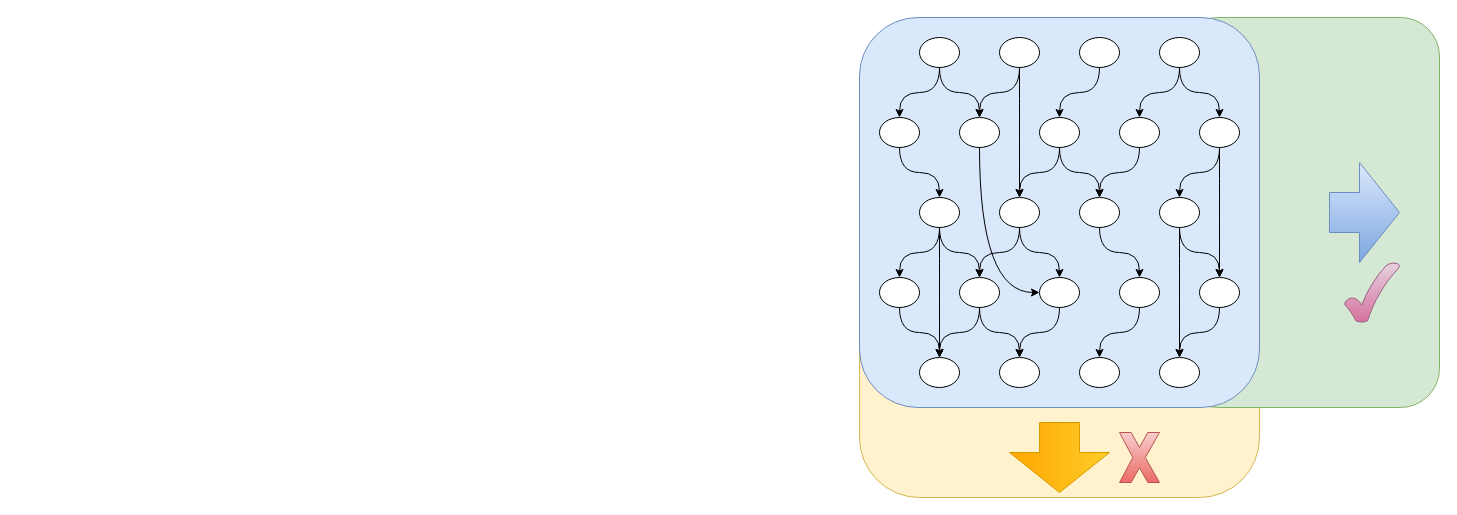
Earlier version of the draw.io diagram page "第 1 页" (1 of 3) of zolon.drawio (Dercury/CLDK). Source tidied: cells renumbered, new cells numbered last; positions are measured from the earlier drawing's top-left corner, leaving out a move shared by most shapes. Both pictures are drawn from the tidied source at 100%, with x=0, y=0 at pixel (859, 17).
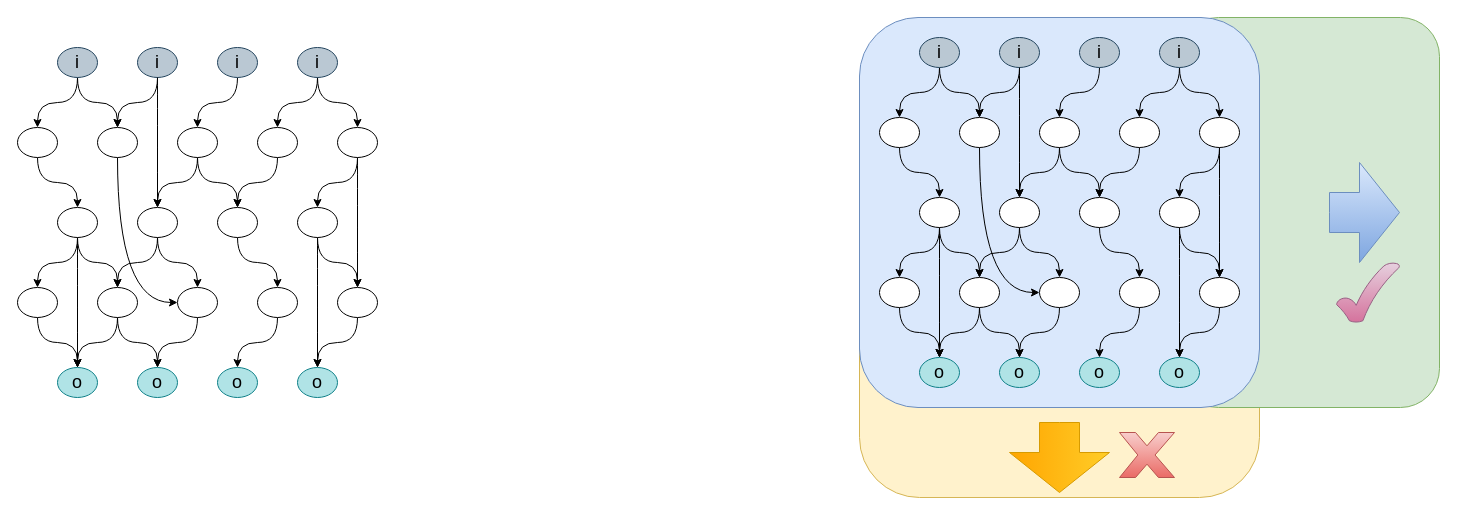
The same diagram, later.

Diff of the diagram source:
```diff
@@
-    <mxCell id="7" style="ellipse;whiteSpace=wrap;html=1;" parent="1" vertex="1">
+    <mxCell id="7" value="i" style="ellipse;whiteSpace=wrap;html=1;fontSize=18;fillColor=#bac8d3;strokeColor=#23445d;" parent="1" vertex="1">
       <mxGeometry x="60" y="20" width="40" height="30" as="geometry" />
     </mxCell>
@@
-    <mxCell id="9" style="ellipse;whiteSpace=wrap;html=1;" parent="1" vertex="1">
+    <mxCell id="9" value="i" style="ellipse;whiteSpace=wrap;html=1;fontSize=18;fillColor=#bac8d3;strokeColor=#23445d;" parent="1" vertex="1">
       <mxGeometry x="140" y="20" width="40" height="30" as="geometry" />
     </mxCell>
@@
-    <mxCell id="11" style="ellipse;whiteSpace=wrap;html=1;" parent="1" vertex="1">
+    <mxCell id="11" value="i" style="ellipse;whiteSpace=wrap;html=1;fontSize=18;fillColor=#bac8d3;strokeColor=#23445d;" parent="1" vertex="1">
       <mxGeometry x="220" y="20" width="40" height="30" as="geometry" />
     </mxCell>
@@
-    <mxCell id="14" style="ellipse;whiteSpace=wrap;html=1;" parent="1" vertex="1">
+    <mxCell id="14" value="i" style="ellipse;whiteSpace=wrap;html=1;fontSize=18;fillColor=#bac8d3;strokeColor=#23445d;" parent="1" vertex="1">
       <mxGeometry x="300" y="20" width="40" height="30" as="geometry" />
     </mxCell>
@@
-    <mxCell id="51" style="ellipse;whiteSpace=wrap;html=1;" parent="1" vertex="1">
+    <mxCell id="51" value="o" style="ellipse;whiteSpace=wrap;html=1;fontSize=18;fillColor=#b0e3e6;strokeColor=#0e8088;" parent="1" vertex="1">
       <mxGeometry x="60" y="340" width="40" height="30" as="geometry" />
     </mxCell>
-    <mxCell id="52" style="ellipse;whiteSpace=wrap;html=1;" parent="1" vertex="1">
+    <mxCell id="52" value="o" style="ellipse;whiteSpace=wrap;html=1;fontSize=18;fillColor=#b0e3e6;strokeColor=#0e8088;" parent="1" vertex="1">
       <mxGeometry x="140" y="340" width="40" height="30" as="geometry" />
     </mxCell>
-    <mxCell id="53" style="ellipse;whiteSpace=wrap;html=1;" parent="1" vertex="1">
+    <mxCell id="53" value="o" style="ellipse;whiteSpace=wrap;html=1;fontSize=18;fillColor=#b0e3e6;strokeColor=#0e8088;" parent="1" vertex="1">
       <mxGeometry x="220" y="340" width="40" height="30" as="geometry" />
     </mxCell>
-    <mxCell id="54" style="ellipse;whiteSpace=wrap;html=1;" parent="1" vertex="1">
+    <mxCell id="54" value="o" style="ellipse;whiteSpace=wrap;html=1;fontSize=18;fillColor=#b0e3e6;strokeColor=#0e8088;" parent="1" vertex="1">
       <mxGeometry x="300" y="340" width="40" height="30" as="geometry" />
     </mxCell>
@@
     <mxCell id="57" style="verticalLabelPosition=bottom;verticalAlign=top;html=1;shape=mxgraph.basic.x;fontFamily=Helvetica;fontSize=11;labelBackgroundColor=default;fillColor=#f8cecc;gradientColor=#ea6b66;strokeColor=#b85450;" parent="1" vertex="1">
-      <mxGeometry x="260" y="415" width="40" height="50" as="geometry" />
+      <mxGeometry x="260" y="415" width="55" height="45" as="geometry" />
     </mxCell>
     <mxCell id="58" style="verticalLabelPosition=bottom;verticalAlign=top;html=1;shape=mxgraph.basic.tick;fontFamily=Helvetica;fontSize=11;labelBackgroundColor=default;fillColor=#e6d0de;gradientColor=#d5739d;strokeColor=#996185;" parent="1" vertex="1">
-      <mxGeometry x="485" y="245" width="55" height="60" as="geometry" />
+      <mxGeometry x="477" y="245" width="63" height="60" as="geometry" />
     </mxCell>
+    <mxCell id="59" style="edgeStyle=orthogonalEdgeStyle;rounded=0;jettySize=auto;html=1;exitX=0.5;exitY=1;exitDx=0;exitDy=0;curved=1;" parent="1" edge="1" source="61" target="70">
+      <mxGeometry relative="1" as="geometry" />
+    </mxCell>
+    <mxCell id="60" style="edgeStyle=orthogonalEdgeStyle;rounded=0;jettySize=auto;html=1;curved=1;" parent="1" edge="1" source="61" target="73">
+      <mxGeometry relative="1" as="geometry" />
+    </mxCell>
+    <mxCell id="61" value="i" style="ellipse;whiteSpace=wrap;html=1;fontSize=18;fillColor=#bac8d3;strokeColor=#23445d;" parent="1" vertex="1">
+      <mxGeometry x="-802" y="30" width="40" height="30" as="geometry" />
+    </mxCell>
+    <mxCell id="62" style="edgeStyle=orthogonalEdgeStyle;rounded=0;jettySize=auto;html=1;exitX=0.5;exitY=1;exitDx=0;exitDy=0;curved=1;" parent="1" edge="1" source="63" target="73">
+      <mxGeometry relative="1" as="geometry" />
+    </mxCell>
+    <mxCell id="63" value="i" style="ellipse;whiteSpace=wrap;html=1;fontSize=18;fillColor=#bac8d3;strokeColor=#23445d;" parent="1" vertex="1">
+      <mxGeometry x="-722" y="30" width="40" height="30" as="geometry" />
+    </mxCell>
+    <mxCell id="64" style="edgeStyle=orthogonalEdgeStyle;rounded=0;jettySize=auto;html=1;exitX=0.5;exitY=1;exitDx=0;exitDy=0;curved=1;" parent="1" edge="1" source="65" target="76">
+      <mxGeometry relative="1" as="geometry" />
+    </mxCell>
+    <mxCell id="65" value="i" style="ellipse;whiteSpace=wrap;html=1;fontSize=18;fillColor=#bac8d3;strokeColor=#23445d;" parent="1" vertex="1">
+      <mxGeometry x="-642" y="30" width="40" height="30" as="geometry" />
+    </mxCell>
+    <mxCell id="66" style="edgeStyle=orthogonalEdgeStyle;rounded=0;jettySize=auto;html=1;exitX=0.5;exitY=1;exitDx=0;exitDy=0;curved=1;" parent="1" edge="1" source="68" target="81">
+      <mxGeometry relative="1" as="geometry" />
+    </mxCell>
+    <mxCell id="67" style="edgeStyle=orthogonalEdgeStyle;rounded=0;jettySize=auto;html=1;exitX=0.5;exitY=1;exitDx=0;exitDy=0;curved=1;" parent="1" edge="1" source="68" target="78">
+      <mxGeometry relative="1" as="geometry" />
+    </mxCell>
+    <mxCell id="68" value="i" style="ellipse;whiteSpace=wrap;html=1;fontSize=18;fillColor=#bac8d3;strokeColor=#23445d;" parent="1" vertex="1">
+      <mxGeometry x="-562" y="30" width="40" height="30" as="geometry" />
+    </mxCell>
+    <mxCell id="69" style="edgeStyle=orthogonalEdgeStyle;shape=connector;curved=1;rounded=0;jettySize=auto;html=1;exitX=0.5;exitY=1;exitDx=0;exitDy=0;strokeColor=default;align=center;verticalAlign=middle;fontFamily=Helvetica;fontSize=11;fontColor=default;labelBackgroundColor=default;endArrow=classic;" parent="1" edge="1" source="70" target="85">
+      <mxGeometry relative="1" as="geometry" />
+    </mxCell>
+    <mxCell id="70" style="ellipse;whiteSpace=wrap;html=1;" parent="1" vertex="1">
+      <mxGeometry x="-842" y="110" width="40" height="30" as="geometry" />
+    </mxCell>
+    <mxCell id="71" style="edgeStyle=orthogonalEdgeStyle;shape=connector;curved=1;rounded=0;jettySize=auto;html=1;strokeColor=default;align=center;verticalAlign=middle;fontFamily=Helvetica;fontSize=11;fontColor=default;labelBackgroundColor=default;endArrow=classic;" parent="1" edge="1" source="63" target="88">
+      <mxGeometry relative="1" as="geometry" />
+    </mxCell>
+    <mxCell id="72" style="edgeStyle=orthogonalEdgeStyle;shape=connector;curved=1;rounded=0;jettySize=auto;html=1;exitX=0.5;exitY=1;exitDx=0;exitDy=0;strokeColor=default;align=center;verticalAlign=middle;fontFamily=Helvetica;fontSize=11;fontColor=default;labelBackgroundColor=default;endArrow=classic;entryX=0;entryY=0.5;entryDx=0;entryDy=0;" parent="1" edge="1" source="73" target="100">
+      <mxGeometry relative="1" as="geometry" />
+    </mxCell>
+    <mxCell id="73" style="ellipse;whiteSpace=wrap;html=1;" parent="1" vertex="1">
+      <mxGeometry x="-762" y="110" width="40" height="30" as="geometry" />
+    </mxCell>
+    <mxCell id="74" style="edgeStyle=orthogonalEdgeStyle;shape=connector;curved=1;rounded=0;jettySize=auto;html=1;exitX=0.5;exitY=1;exitDx=0;exitDy=0;strokeColor=default;align=center;verticalAlign=middle;fontFamily=Helvetica;fontSize=11;fontColor=default;labelBackgroundColor=default;endArrow=classic;" parent="1" edge="1" source="76" target="88">
+      <mxGeometry relative="1" as="geometry" />
+    </mxCell>
+    <mxCell id="75" style="edgeStyle=orthogonalEdgeStyle;shape=connector;curved=1;rounded=0;jettySize=auto;html=1;strokeColor=default;align=center;verticalAlign=middle;fontFamily=Helvetica;fontSize=11;fontColor=default;labelBackgroundColor=default;endArrow=classic;" parent="1" edge="1" source="76" target="90">
+      <mxGeometry relative="1" as="geometry" />
+    </mxCell>
+    <mxCell id="76" style="ellipse;whiteSpace=wrap;html=1;" parent="1" vertex="1">
+      <mxGeometry x="-682" y="110" width="40" height="30" as="geometry" />
+    </mxCell>
+    <mxCell id="77" style="edgeStyle=orthogonalEdgeStyle;shape=connector;curved=1;rounded=0;jettySize=auto;html=1;strokeColor=default;align=center;verticalAlign=middle;fontFamily=Helvetica;fontSize=11;fontColor=default;labelBackgroundColor=default;endArrow=classic;" parent="1" edge="1" source="78" target="90">
+      <mxGeometry relative="1" as="geometry" />
+    </mxCell>
+    <mxCell id="78" style="ellipse;whiteSpace=wrap;html=1;" parent="1" vertex="1">
+      <mxGeometry x="-602" y="110" width="40" height="30" as="geometry" />
+    </mxCell>
+    <mxCell id="79" style="edgeStyle=orthogonalEdgeStyle;shape=connector;curved=1;rounded=0;jettySize=auto;html=1;exitX=0.5;exitY=1;exitDx=0;exitDy=0;strokeColor=default;align=center;verticalAlign=middle;fontFamily=Helvetica;fontSize=11;fontColor=default;labelBackgroundColor=default;endArrow=classic;" parent="1" edge="1" source="81" target="104">
+      <mxGeometry relative="1" as="geometry" />
+    </mxCell>
+    <mxCell id="80" style="edgeStyle=orthogonalEdgeStyle;shape=connector;curved=1;rounded=0;jettySize=auto;html=1;strokeColor=default;align=center;verticalAlign=middle;fontFamily=Helvetica;fontSize=11;fontColor=default;labelBackgroundColor=default;endArrow=classic;" parent="1" edge="1" source="81" target="93">
+      <mxGeometry relative="1" as="geometry" />
+    </mxCell>
+    <mxCell id="81" style="ellipse;whiteSpace=wrap;html=1;" parent="1" vertex="1">
+      <mxGeometry x="-522" y="110" width="40" height="30" as="geometry" />
+    </mxCell>
+    <mxCell id="82" style="edgeStyle=orthogonalEdgeStyle;shape=connector;curved=1;rounded=0;jettySize=auto;html=1;strokeColor=default;align=center;verticalAlign=middle;fontFamily=Helvetica;fontSize=11;fontColor=default;labelBackgroundColor=default;endArrow=classic;" parent="1" edge="1" source="85" target="95">
+      <mxGeometry relative="1" as="geometry" />
+    </mxCell>
+    <mxCell id="83" style="edgeStyle=orthogonalEdgeStyle;shape=connector;curved=1;rounded=0;jettySize=auto;html=1;strokeColor=default;align=center;verticalAlign=middle;fontFamily=Helvetica;fontSize=11;fontColor=default;labelBackgroundColor=default;endArrow=classic;" parent="1" edge="1" source="85" target="98">
+      <mxGeometry relative="1" as="geometry" />
+    </mxCell>
+    <mxCell id="84" style="edgeStyle=orthogonalEdgeStyle;shape=connector;curved=1;rounded=0;jettySize=auto;html=1;strokeColor=default;align=center;verticalAlign=middle;fontFamily=Helvetica;fontSize=11;fontColor=default;labelBackgroundColor=default;endArrow=classic;" parent="1" edge="1" source="85" target="105">
+      <mxGeometry relative="1" as="geometry" />
+    </mxCell>
+    <mxCell id="85" style="ellipse;whiteSpace=wrap;html=1;" parent="1" vertex="1">
+      <mxGeometry x="-802" y="190" width="40" height="30" as="geometry" />
+    </mxCell>
+    <mxCell id="86" style="edgeStyle=orthogonalEdgeStyle;shape=connector;curved=1;rounded=0;jettySize=auto;html=1;strokeColor=default;align=center;verticalAlign=middle;fontFamily=Helvetica;fontSize=11;fontColor=default;labelBackgroundColor=default;endArrow=classic;" parent="1" edge="1" source="88" target="98">
+      <mxGeometry relative="1" as="geometry" />
+    </mxCell>
+    <mxCell id="87" style="edgeStyle=orthogonalEdgeStyle;shape=connector;curved=1;rounded=0;jettySize=auto;html=1;strokeColor=default;align=center;verticalAlign=middle;fontFamily=Helvetica;fontSize=11;fontColor=default;labelBackgroundColor=default;endArrow=classic;" parent="1" edge="1" source="88" target="100">
+      <mxGeometry relative="1" as="geometry" />
+    </mxCell>
+    <mxCell id="88" style="ellipse;whiteSpace=wrap;html=1;" parent="1" vertex="1">
+      <mxGeometry x="-722" y="190" width="40" height="30" as="geometry" />
+    </mxCell>
+    <mxCell id="89" style="edgeStyle=orthogonalEdgeStyle;shape=connector;curved=1;rounded=0;jettySize=auto;html=1;strokeColor=default;align=center;verticalAlign=middle;fontFamily=Helvetica;fontSize=11;fontColor=default;labelBackgroundColor=default;endArrow=classic;" parent="1" edge="1" source="90" target="102">
+      <mxGeometry relative="1" as="geometry" />
+    </mxCell>
+    <mxCell id="90" style="ellipse;whiteSpace=wrap;html=1;" parent="1" vertex="1">
+      <mxGeometry x="-642" y="190" width="40" height="30" as="geometry" />
+    </mxCell>
+    <mxCell id="91" style="edgeStyle=orthogonalEdgeStyle;shape=connector;curved=1;rounded=0;jettySize=auto;html=1;entryX=0.5;entryY=0;entryDx=0;entryDy=0;strokeColor=default;align=center;verticalAlign=middle;fontFamily=Helvetica;fontSize=11;fontColor=default;labelBackgroundColor=default;endArrow=classic;" parent="1" edge="1" source="93" target="108">
+      <mxGeometry relative="1" as="geometry" />
+    </mxCell>
+    <mxCell id="92" style="edgeStyle=orthogonalEdgeStyle;shape=connector;curved=1;rounded=0;jettySize=auto;html=1;strokeColor=default;align=center;verticalAlign=middle;fontFamily=Helvetica;fontSize=11;fontColor=default;labelBackgroundColor=default;endArrow=classic;" parent="1" edge="1" source="93" target="104">
+      <mxGeometry relative="1" as="geometry" />
+    </mxCell>
+    <mxCell id="93" style="ellipse;whiteSpace=wrap;html=1;" parent="1" vertex="1">
+      <mxGeometry x="-562" y="190" width="40" height="30" as="geometry" />
+    </mxCell>
+    <mxCell id="94" style="edgeStyle=orthogonalEdgeStyle;shape=connector;curved=1;rounded=0;jettySize=auto;html=1;exitX=0.5;exitY=1;exitDx=0;exitDy=0;strokeColor=default;align=center;verticalAlign=middle;fontFamily=Helvetica;fontSize=11;fontColor=default;labelBackgroundColor=default;endArrow=classic;" parent="1" edge="1" source="95" target="105">
+      <mxGeometry relative="1" as="geometry" />
+    </mxCell>
+    <mxCell id="95" style="ellipse;whiteSpace=wrap;html=1;" parent="1" vertex="1">
+      <mxGeometry x="-842" y="270" width="40" height="30" as="geometry" />
+    </mxCell>
+    <mxCell id="96" style="edgeStyle=orthogonalEdgeStyle;shape=connector;curved=1;rounded=0;jettySize=auto;html=1;exitX=0.5;exitY=1;exitDx=0;exitDy=0;strokeColor=default;align=center;verticalAlign=middle;fontFamily=Helvetica;fontSize=11;fontColor=default;labelBackgroundColor=default;endArrow=classic;" parent="1" edge="1" source="98" target="106">
+      <mxGeometry relative="1" as="geometry" />
+    </mxCell>
+    <mxCell id="97" style="edgeStyle=orthogonalEdgeStyle;shape=connector;curved=1;rounded=0;jettySize=auto;html=1;exitX=0.5;exitY=1;exitDx=0;exitDy=0;strokeColor=default;align=center;verticalAlign=middle;fontFamily=Helvetica;fontSize=11;fontColor=default;labelBackgroundColor=default;endArrow=classic;" parent="1" edge="1" source="98" target="105">
+      <mxGeometry relative="1" as="geometry" />
+    </mxCell>
+    <mxCell id="98" style="ellipse;whiteSpace=wrap;html=1;" parent="1" vertex="1">
+      <mxGeometry x="-762" y="270" width="40" height="30" as="geometry" />
+    </mxCell>
+    <mxCell id="99" style="edgeStyle=orthogonalEdgeStyle;shape=connector;curved=1;rounded=0;jettySize=auto;html=1;strokeColor=default;align=center;verticalAlign=middle;fontFamily=Helvetica;fontSize=11;fontColor=default;labelBackgroundColor=default;endArrow=classic;" parent="1" edge="1" source="100" target="106">
+      <mxGeometry relative="1" as="geometry" />
+    </mxCell>
+    <mxCell id="100" style="ellipse;whiteSpace=wrap;html=1;" parent="1" vertex="1">
+      <mxGeometry x="-682" y="270" width="40" height="30" as="geometry" />
+    </mxCell>
+    <mxCell id="101" style="edgeStyle=orthogonalEdgeStyle;shape=connector;curved=1;rounded=0;jettySize=auto;html=1;strokeColor=default;align=center;verticalAlign=middle;fontFamily=Helvetica;fontSize=11;fontColor=default;labelBackgroundColor=default;endArrow=classic;" parent="1" edge="1" source="102" target="107">
+      <mxGeometry relative="1" as="geometry" />
+    </mxCell>
+    <mxCell id="102" style="ellipse;whiteSpace=wrap;html=1;" parent="1" vertex="1">
+      <mxGeometry x="-602" y="270" width="40" height="30" as="geometry" />
+    </mxCell>
+    <mxCell id="103" style="edgeStyle=orthogonalEdgeStyle;shape=connector;curved=1;rounded=0;jettySize=auto;html=1;exitX=0.5;exitY=1;exitDx=0;exitDy=0;strokeColor=default;align=center;verticalAlign=middle;fontFamily=Helvetica;fontSize=11;fontColor=default;labelBackgroundColor=default;endArrow=classic;" parent="1" edge="1" source="104" target="108">
+      <mxGeometry relative="1" as="geometry" />
+    </mxCell>
+    <mxCell id="104" style="ellipse;whiteSpace=wrap;html=1;" parent="1" vertex="1">
+      <mxGeometry x="-522" y="270" width="40" height="30" as="geometry" />
+    </mxCell>
+    <mxCell id="105" value="o" style="ellipse;whiteSpace=wrap;html=1;fontSize=18;fillColor=#b0e3e6;strokeColor=#0e8088;" parent="1" vertex="1">
+      <mxGeometry x="-802" y="350" width="40" height="30" as="geometry" />
+    </mxCell>
+    <mxCell id="106" value="o" style="ellipse;whiteSpace=wrap;html=1;fontSize=18;fillColor=#b0e3e6;strokeColor=#0e8088;" parent="1" vertex="1">
+      <mxGeometry x="-722" y="350" width="40" height="30" as="geometry" />
+    </mxCell>
+    <mxCell id="107" value="o" style="ellipse;whiteSpace=wrap;html=1;fontSize=18;fillColor=#b0e3e6;strokeColor=#0e8088;" parent="1" vertex="1">
+      <mxGeometry x="-642" y="350" width="40" height="30" as="geometry" />
+    </mxCell>
+    <mxCell id="108" value="o" style="ellipse;whiteSpace=wrap;html=1;fontSize=18;fillColor=#b0e3e6;strokeColor=#0e8088;" parent="1" vertex="1">
+      <mxGeometry x="-562" y="350" width="40" height="30" as="geometry" />
+    </mxCell>
```
